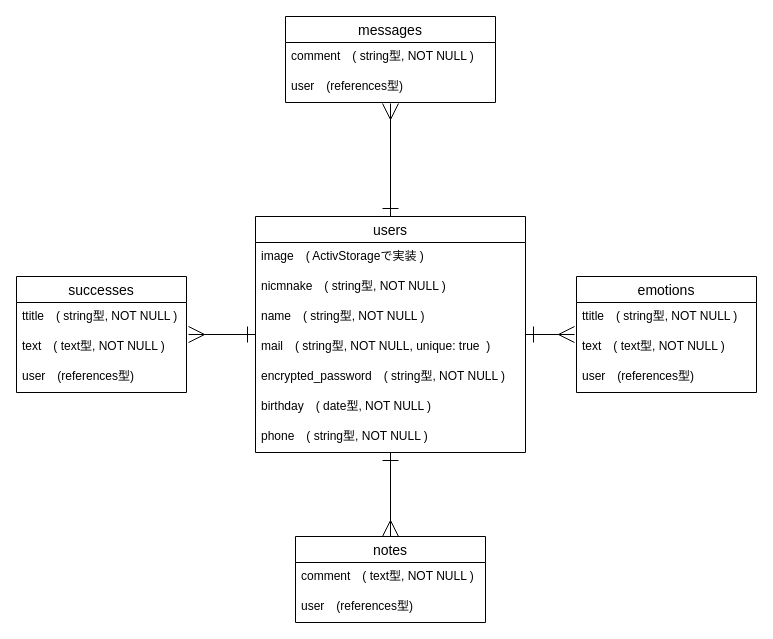
Earlier version of the draw.io diagram ER_selfy.dio (yabebebebe/SELFY). Source tidied: cells renumbered, new cells numbered last; positions are measured from the earlier drawing's top-left corner, leaving out a move shared by most shapes. Both pictures are drawn from the tidied source at 100%, with x=0, y=0 at pixel (16, 16).
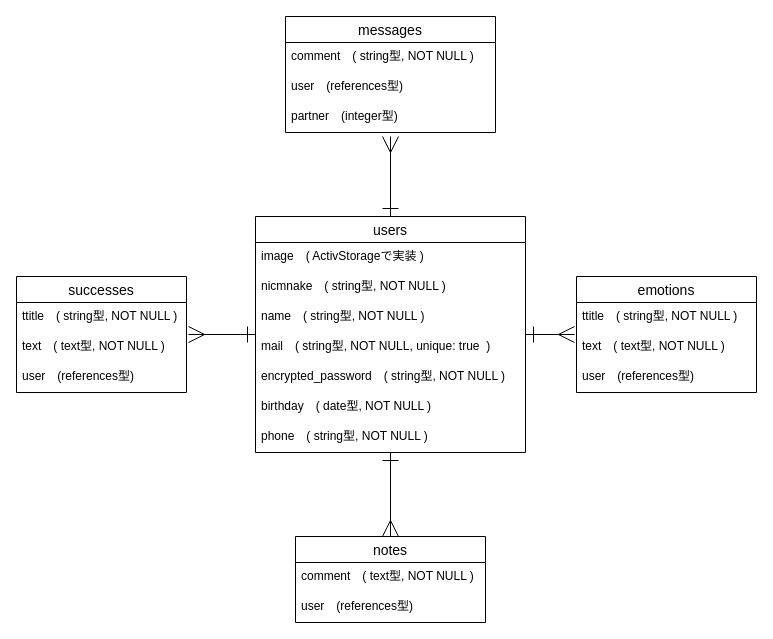
After the change.

Commit message (it also covers changes not shown here):
REDMEとER図の修正

Unchanged cells that the change refers to:
```xml
<mxCell id="4" value="user　(references型)" style="text;strokeColor=none;fillColor=none;spacingLeft=4;spacingRight=4;overflow=hidden;points=[[0,0.5],[1,0.5]];portConstraint=eastwest;fontSize=12;" parent="2" vertex="1">
  <mxGeometry y="56" width="210" height="30" as="geometry" />
</mxCell>
<mxCell id="20" value="users" style="swimlane;fontStyle=0;horizontal=1;startSize=26;align=center;fontSize=14;" parent="1" vertex="1">
  <mxGeometry x="239" y="200" width="270" height="236" as="geometry" />
</mxCell>
```

Change to the diagram source:
```diff
@@
     <mxCell id="2" value="messages" style="swimlane;fontStyle=0;horizontal=1;startSize=26;align=center;fontSize=14;" parent="1" vertex="1">
-      <mxGeometry x="269" width="210" height="86" as="geometry" />
+      <mxGeometry x="269" width="210" height="116" as="geometry" />
     </mxCell>
@@
+    <mxCell id="28" value="partner　(integer型)" style="text;strokeColor=none;fillColor=none;spacingLeft=4;spacingRight=4;overflow=hidden;fontSize=12;" parent="2" vertex="1">
+      <mxGeometry y="86" width="210" height="30" as="geometry" />
+    </mxCell>
@@
-    <mxCell id="16" style="edgeStyle=orthogonalEdgeStyle;rounded=0;jettySize=auto;html=1;entryX=0.5;entryY=1.033;entryDx=0;entryDy=0;entryPerimeter=0;startArrow=ERone;startFill=0;endSize=14;startSize=14;endArrow=ERmany;endFill=0;" parent="1" edge="1" source="20" target="4">
-      <mxGeometry relative="1" as="geometry" />
+    <mxCell id="16" style="edgeStyle=orthogonalEdgeStyle;rounded=0;jettySize=auto;html=1;startArrow=ERone;startFill=0;endSize=14;startSize=14;endArrow=ERmany;endFill=0;" parent="1" edge="1" source="20">
+      <mxGeometry relative="1" as="geometry">
+        <mxPoint x="374" y="120" as="targetPoint" />
+      </mxGeometry>
     </mxCell>
```
